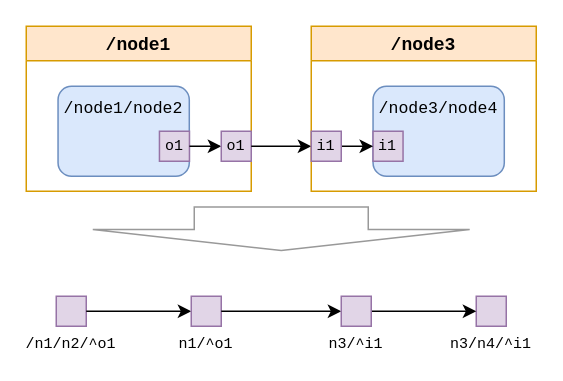
Before: page "connected_ports" (2 of 4) of zoti-graph/docs/source/assets/api.drawio in Ericsson/zoti, a draw.io diagram. Source tidied: cells renumbered, new cells numbered last; positions are measured from the earlier drawing's top-left corner, leaving out a move shared by most shapes. Both pictures are drawn from the tidied source at 150%, with x=0, y=0 at pixel (26, 26).
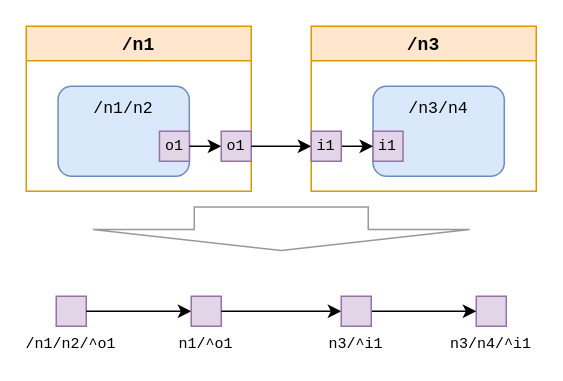
After the change.

Change to the diagram source:
```diff
@@
-    <mxCell id="2" value="&lt;font face=&quot;Courier New&quot;&gt;/node1&lt;/font&gt;" style="swimlane;whiteSpace=wrap;html=1;fillColor=#ffe6cc;strokeColor=#d79b00;startSize=23;" parent="1" vertex="1">
+    <mxCell id="2" value="&lt;font face=&quot;Courier New&quot;&gt;/n1&lt;/font&gt;" style="swimlane;whiteSpace=wrap;html=1;fillColor=#ffe6cc;strokeColor=#d79b00;startSize=23;" parent="1" vertex="1">
       <mxGeometry width="150" height="110" as="geometry" />
     </mxCell>
-    <mxCell id="3" value="&lt;font style=&quot;font-size: 11px;&quot; face=&quot;Courier New&quot;&gt;/node1/node2&lt;/font&gt;" style="rounded=1;whiteSpace=wrap;html=1;fillColor=#dae8fc;strokeColor=#6c8ebf;verticalAlign=top;" parent="2" vertex="1">
+    <mxCell id="3" value="&lt;font style=&quot;font-size: 11px;&quot; face=&quot;Courier New&quot;&gt;/n1/n2&lt;/font&gt;" style="rounded=1;whiteSpace=wrap;html=1;fillColor=#dae8fc;strokeColor=#6c8ebf;verticalAlign=top;" parent="2" vertex="1">
       <mxGeometry x="21.2" y="40" width="87.5" height="60" as="geometry" />
     </mxCell>
@@
-    <mxCell id="5" value="&lt;font face=&quot;Courier New&quot;&gt;/node3&lt;/font&gt;" style="swimlane;whiteSpace=wrap;html=1;fillColor=#ffe6cc;strokeColor=#d79b00;startSize=23;" parent="1" vertex="1">
+    <mxCell id="5" value="&lt;font face=&quot;Courier New&quot;&gt;/n3&lt;/font&gt;" style="swimlane;whiteSpace=wrap;html=1;fillColor=#ffe6cc;strokeColor=#d79b00;startSize=23;" parent="1" vertex="1">
       <mxGeometry x="190" width="150" height="110" as="geometry" />
     </mxCell>
-    <mxCell id="6" value="&lt;font style=&quot;font-size: 11px;&quot; face=&quot;Courier New&quot;&gt;/node3/node4&lt;/font&gt;" style="rounded=1;whiteSpace=wrap;html=1;fillColor=#dae8fc;strokeColor=#6c8ebf;verticalAlign=top;" parent="5" vertex="1">
+    <mxCell id="6" value="&lt;font style=&quot;font-size: 11px;&quot; face=&quot;Courier New&quot;&gt;/n3/n4&lt;/font&gt;" style="rounded=1;whiteSpace=wrap;html=1;fillColor=#dae8fc;strokeColor=#6c8ebf;verticalAlign=top;" parent="5" vertex="1">
       <mxGeometry x="41.2" y="40" width="87.5" height="60" as="geometry" />
     </mxCell>
```
